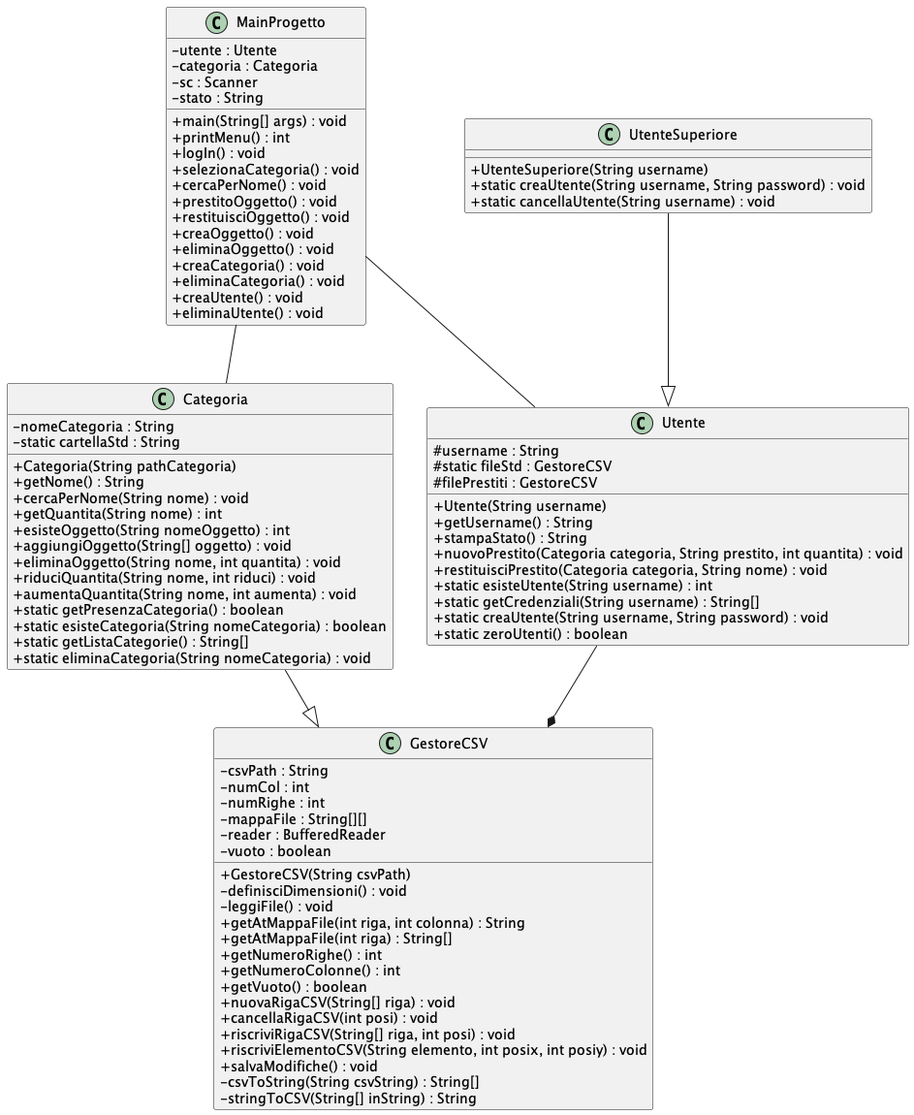
The PlantUML diagram UML.png in souremillime/progetto-java, before a commit. Source of this version:
```plantuml
@startuml
skinparam classAttributeIconSize 0

class GestoreCSV {
    - csvPath : String
    - numCol : int
    - numRighe : int
    - mappaFile : String[][]
    - reader : BufferedReader
    - vuoto : boolean

    + GestoreCSV(String csvPath)
    - definisciDimensioni() : void
    - leggiFile() : void
    + getAtMappaFile(int riga, int colonna) : String
    + getAtMappaFile(int riga) : String[]
    + getNumeroRighe() : int
    + getNumeroColonne() : int
    + getVuoto() : boolean
    + nuovaRigaCSV(String[] riga) : void
    + cancellaRigaCSV(int posi) : void
    + riscriviRigaCSV(String[] riga, int posi) : void
    + riscriviElementoCSV(String elemento, int posix, int posiy) : void
    + salvaModifiche() : void
    - csvToString(String csvString) : String[]
    - stringToCSV(String[] inString) : String
}

class Categoria {
    - nomeCategoria : String
    - static cartellaStd : String

    + Categoria(String pathCategoria)
    + getNome() : String
    + cercaPerNome(String nome) : void
    + getQuantita(String nome) : int
    + esisteOggetto(String nomeOggetto) : int
    + aggiungiOggetto(String[] oggetto) : void
    + eliminaOggetto(String nome, int quantita) : void
    + riduciQuantita(String nome, int riduci) : void
    + aumentaQuantita(String nome, int aumenta) : void
    + static getPresenzaCategoria() : boolean
    + static esisteCategoria(String nomeCategoria) : boolean
    + static getListaCategorie() : String[]
    + static eliminaCategoria(String nomeCategoria) : void
}

class Utente {
    # username : String
    # static fileStd : GestoreCSV
    # filePrestiti : GestoreCSV

    + Utente(String username)
    + getUsername() : String
    + stampaStato() : String
    + nuovoPrestito(Categoria categoria, String prestito, int quantita) : void
    + restituisciPrestito(Categoria categoria, String nome) : void
    + static esisteUtente(String username) : int
    + static getCredenziali(String username) : String[]
    + static creaUtente(String username, String password) : void
    + static zeroUtenti() : boolean
}

class UtenteSuperiore {
    + UtenteSuperiore(String username)
    + static creaUtente(String username, String password) : void
    + static cancellaUtente(String username) : void
}

class MainProgetto {
    - utente : Utente
    - categoria : Categoria
    - sc : Scanner
    - stato : String

    + main(String[] args) : void
    + printMenu() : int
    + logIn() : void
    + selezionaCategoria() : void
    + cercaPerNome() : void
    + prestitoOggetto() : void
    + restituisciOggetto() : void
    + creaOggetto() : void
    + eliminaOggetto() : void
    + creaCategoria() : void
    + eliminaCategoria() : void
    + creaUtente() : void
    + eliminaUtente() : void
}
Categoria --|> GestoreCSV
UtenteSuperiore --|> Utente


Utente --* GestoreCSV
MainProgetto -- Utente
MainProgetto -- Categoria

@enduml
```
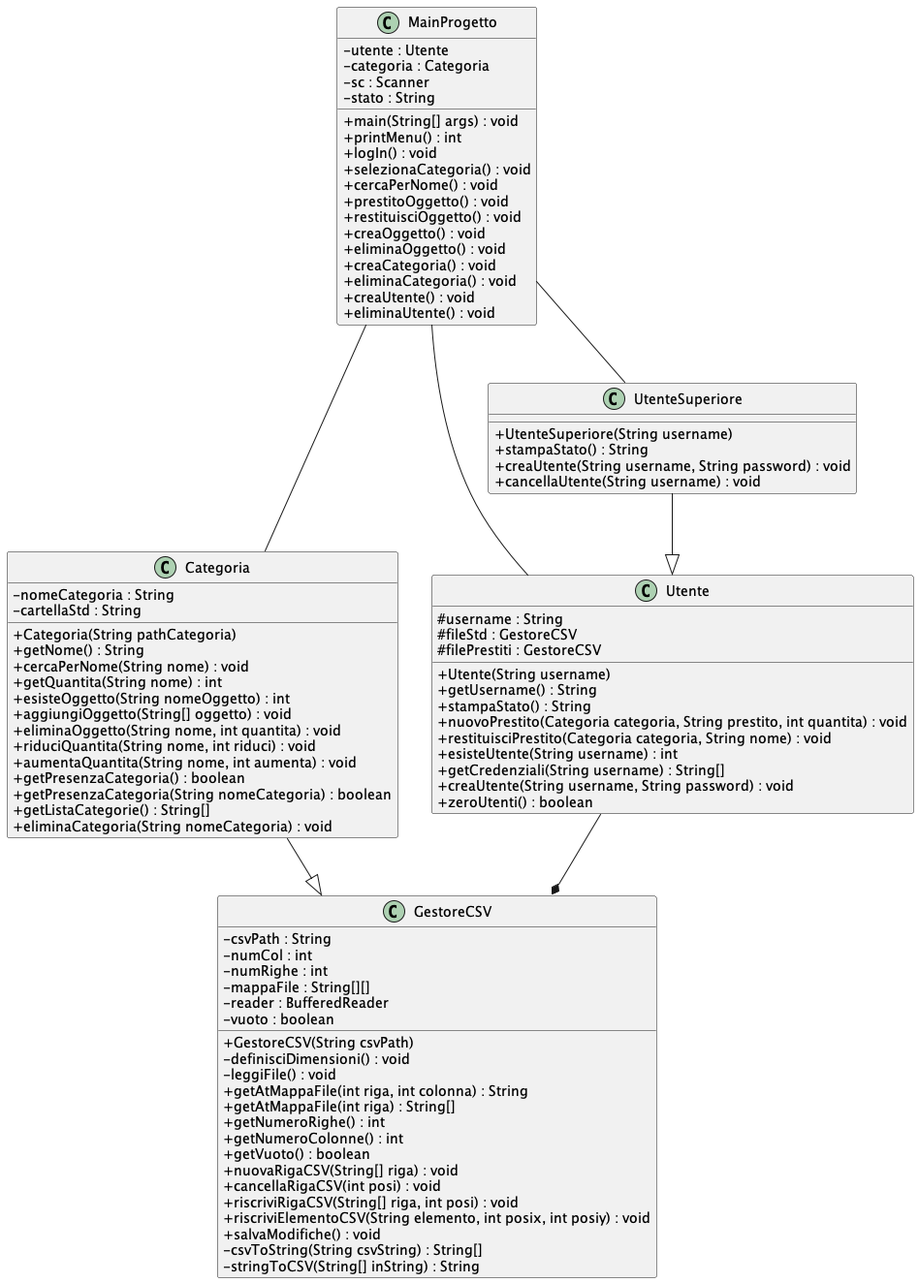
The same diagram one commit later.

The edit, as a diff of the source:
```diff
@@ -28,7 +28,7 @@
 
 class Categoria {
     - nomeCategoria : String
-    - static cartellaStd : String
+    - cartellaStd : String
 
     + Categoria(String pathCategoria)
     + getNome() : String
@@ -39,15 +39,15 @@
     + eliminaOggetto(String nome, int quantita) : void
     + riduciQuantita(String nome, int riduci) : void
     + aumentaQuantita(String nome, int aumenta) : void
-    + static getPresenzaCategoria() : boolean
-    + static esisteCategoria(String nomeCategoria) : boolean
-    + static getListaCategorie() : String[]
-    + static eliminaCategoria(String nomeCategoria) : void
+    + getPresenzaCategoria() : boolean
+    + getPresenzaCategoria(String nomeCategoria) : boolean
+    + getListaCategorie() : String[]
+    + eliminaCategoria(String nomeCategoria) : void
 }
 
 class Utente {
     # username : String
-    # static fileStd : GestoreCSV
+    # fileStd : GestoreCSV
     # filePrestiti : GestoreCSV
 
     + Utente(String username)
@@ -55,16 +55,17 @@
     + stampaStato() : String
     + nuovoPrestito(Categoria categoria, String prestito, int quantita) : void
     + restituisciPrestito(Categoria categoria, String nome) : void
-    + static esisteUtente(String username) : int
-    + static getCredenziali(String username) : String[]
-    + static creaUtente(String username, String password) : void
-    + static zeroUtenti() : boolean
+    + esisteUtente(String username) : int
+    + getCredenziali(String username) : String[]
+    + creaUtente(String username, String password) : void
+    + zeroUtenti() : boolean
 }
 
 class UtenteSuperiore {
     + UtenteSuperiore(String username)
-    + static creaUtente(String username, String password) : void
-    + static cancellaUtente(String username) : void
+    + stampaStato() : String
+    + creaUtente(String username, String password) : void
+    + cancellaUtente(String username) : void
 }
 
 class MainProgetto {
@@ -92,7 +93,9 @@
 
 
 Utente --* GestoreCSV
+
 MainProgetto -- Utente
+MainProgetto -- UtenteSuperiore
 MainProgetto -- Categoria
 
 @enduml
```
